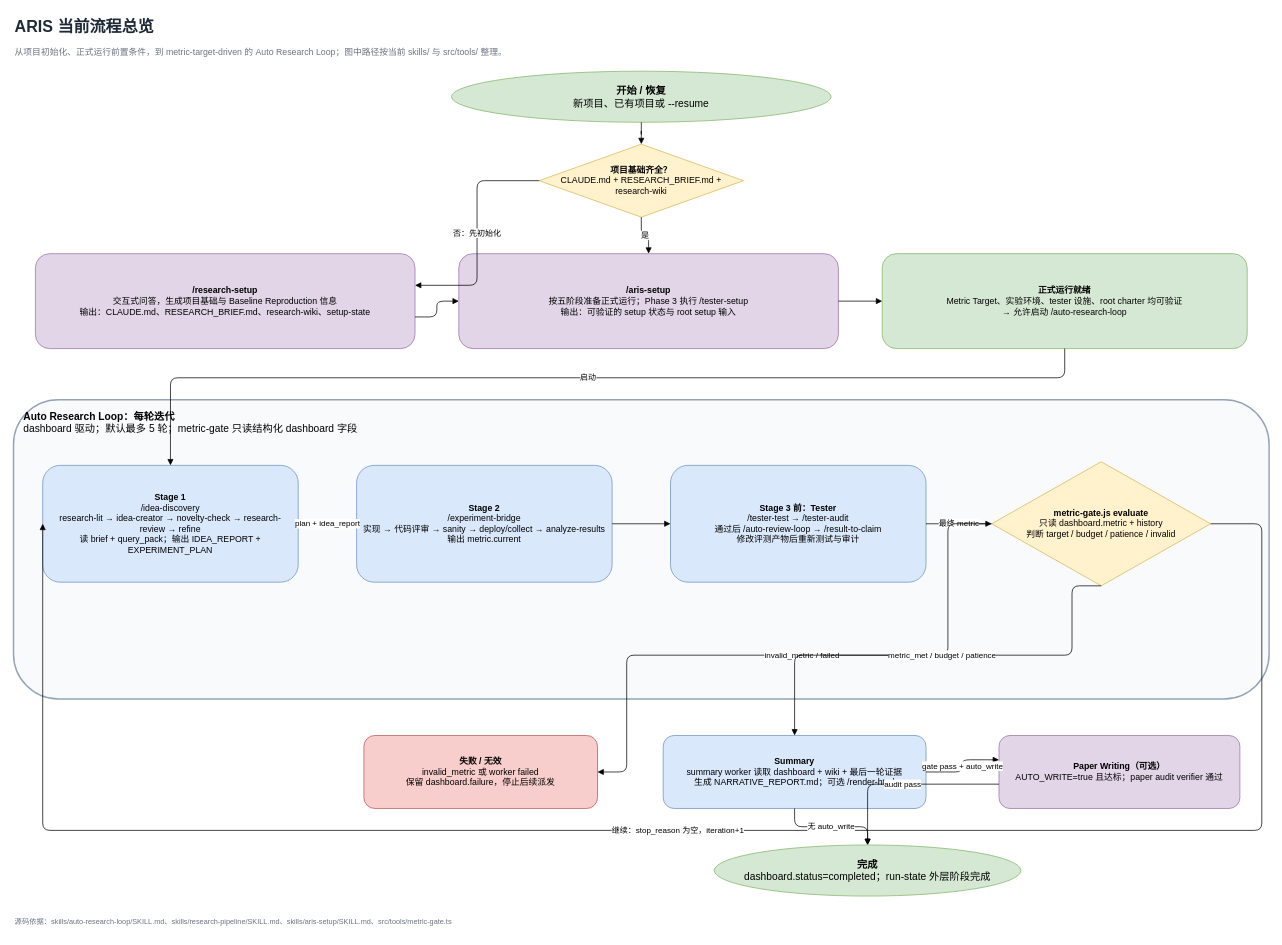
Above: page "00 总览：设置到自动研究循环" (1 of 6) of packages/Auto-claude-code-research-in-sleep/docs/auto-research-loop-and-skills-flow.drawio in justforyou16007/paseo (draw.io), before the change. Source tidied: cells renumbered, new cells numbered last; positions are measured from the earlier drawing's top-left corner, leaving out a move shared by most shapes. Both pictures are drawn from the tidied source at 73%, with x=0, y=0 at pixel (13, 12).
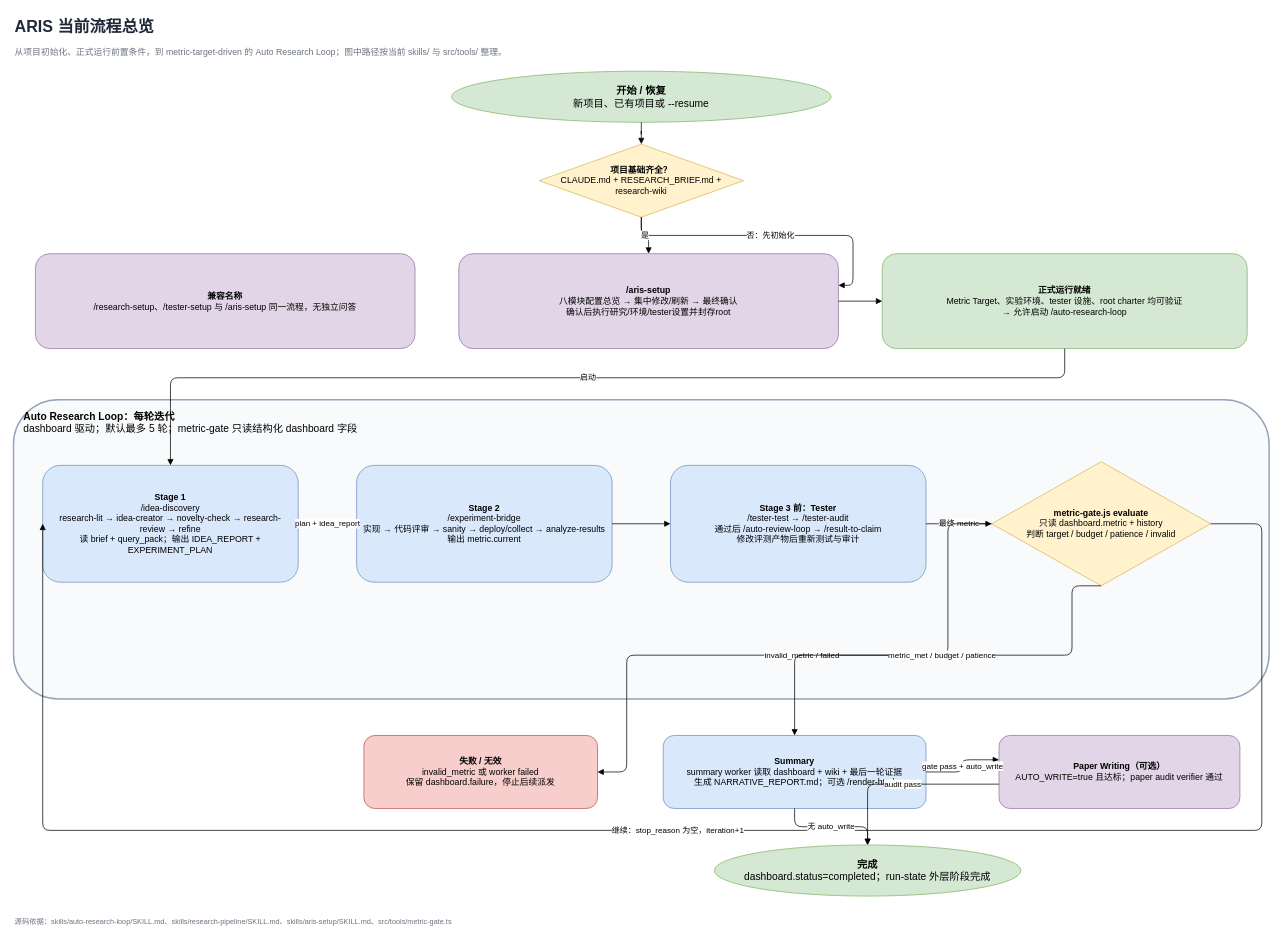
The same diagram, later.

Unchanged cells that the change refers to:
```xml
<mxCell id="5" value="&lt;b&gt;项目基础齐全？&lt;/b&gt;&lt;br&gt;CLAUDE.md + RESEARCH_BRIEF.md + research-wiki" style="rhombus;whiteSpace=wrap;html=1;fillColor=#fff2cc;strokeColor=#d6b656;fontSize=12;spacing=5;" parent="1" vertex="1">
  <mxGeometry x="720" y="180" width="280" height="100" as="geometry" />
</mxCell>
```

The edit, as a diff of the source:
```diff
@@
-    <mxCell id="6" value="&lt;b&gt;/research-setup&lt;/b&gt;&lt;br&gt;交互式问答，生成项目基础与 Baseline Reproduction 信息&lt;br&gt;输出：CLAUDE.md、RESEARCH_BRIEF.md、research-wiki、setup-state" style="rounded=1;whiteSpace=wrap;html=1;fillColor=#e1d5e7;strokeColor=#9673a6;fontSize=12;spacing=8;" parent="1" vertex="1">
+    <mxCell id="6" value="&lt;b&gt;兼容名称&lt;/b&gt;&lt;br&gt;/research-setup、/tester-setup 与 /aris-setup 同一流程，无独立问答" style="rounded=1;whiteSpace=wrap;html=1;fillColor=#e1d5e7;strokeColor=#9673a6;fontSize=12;spacing=8;" parent="1" vertex="1">
       <mxGeometry x="30" y="330" width="520" height="130" as="geometry" />
     </mxCell>
-    <mxCell id="7" value="&lt;b&gt;/aris-setup&lt;/b&gt;&lt;br&gt;按五阶段准备正式运行；Phase 3 执行 /tester-setup&lt;br&gt;输出：可验证的 setup 状态与 root setup 输入" style="rounded=1;whiteSpace=wrap;html=1;fillColor=#e1d5e7;strokeColor=#9673a6;fontSize=12;spacing=8;" parent="1" vertex="1">
+    <mxCell id="7" value="&lt;b&gt;/aris-setup&lt;/b&gt;&lt;br&gt;八模块配置总览 → 集中修改/刷新 → 最终确认&lt;br&gt;确认后执行研究/环境/tester设置并封存root" style="rounded=1;whiteSpace=wrap;html=1;fillColor=#e1d5e7;strokeColor=#9673a6;fontSize=12;spacing=8;" parent="1" vertex="1">
       <mxGeometry x="610" y="330" width="520" height="130" as="geometry" />
     </mxCell>
@@
-    <mxCell id="19" value="否：先初始化" style="edgeStyle=orthogonalEdgeStyle;rounded=1;jettySize=auto;html=1;endArrow=block;endFill=1;labelBackgroundColor=#ffffff;fontSize=11;entryX=1;entryY=0.333333;entryDx=0;entryDy=0;" parent="1" edge="1" source="5" target="6">
+    <mxCell id="19" value="否：先初始化" style="edgeStyle=orthogonalEdgeStyle;rounded=1;jettySize=auto;html=1;endArrow=block;endFill=1;labelBackgroundColor=#ffffff;fontSize=11;entryX=1;entryY=0.333333;entryDx=0;entryDy=0;" parent="1" edge="1" source="5" target="7">
       <mxGeometry relative="1" as="geometry" />
     </mxCell>
@@
-    <mxCell id="21" style="edgeStyle=orthogonalEdgeStyle;rounded=1;jettySize=auto;html=1;endArrow=block;endFill=1;exitX=1;exitY=0.666667;exitDx=0;exitDy=0;" parent="1" edge="1" source="6" target="7">
-      <mxGeometry relative="1" as="geometry" />
-    </mxCell>
```
